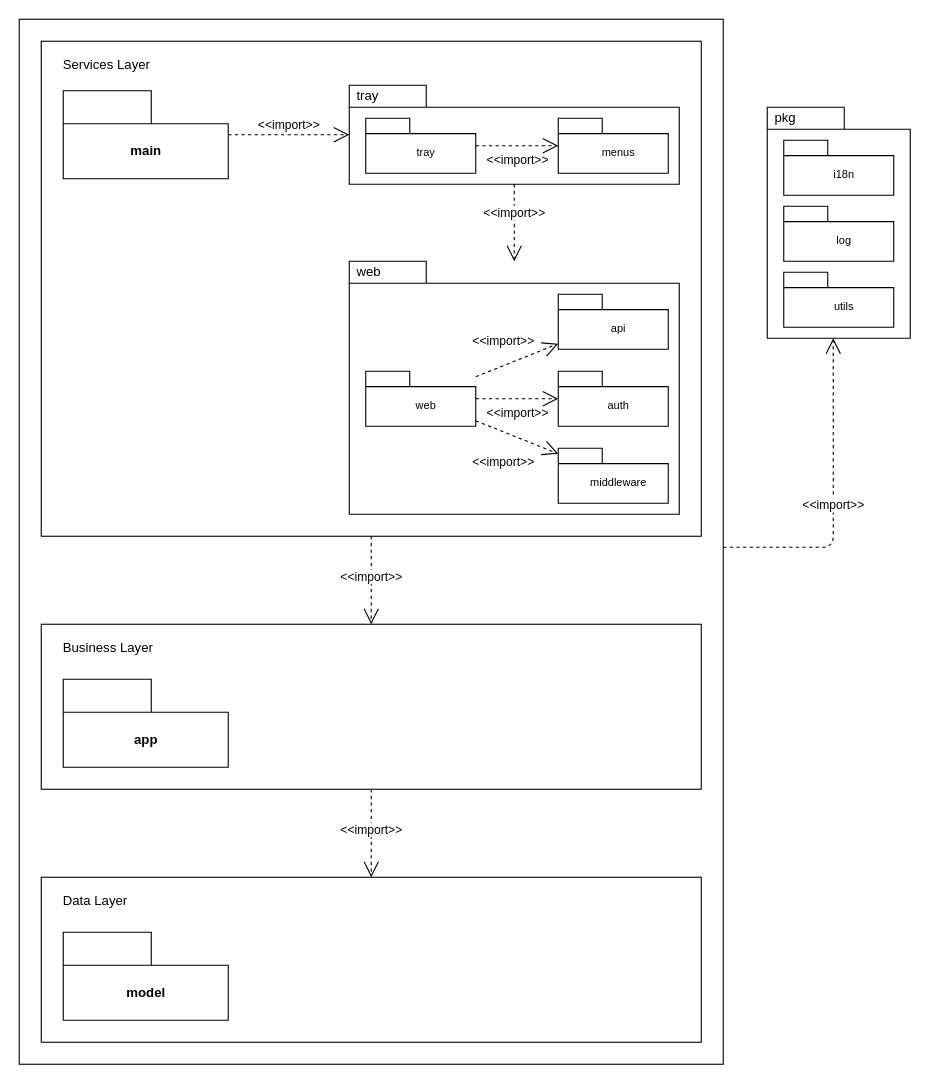
This is diagrams/package.drawio from jinyaoMa/my-app, a draw.io file, before an edit. Source tidied: cells renumbered, new cells numbered last; positions are measured from the earlier drawing's top-left corner, leaving out a move shared by most shapes. Both pictures are drawn from the tidied source at 110%, with x=0, y=0 at pixel (19, 19).
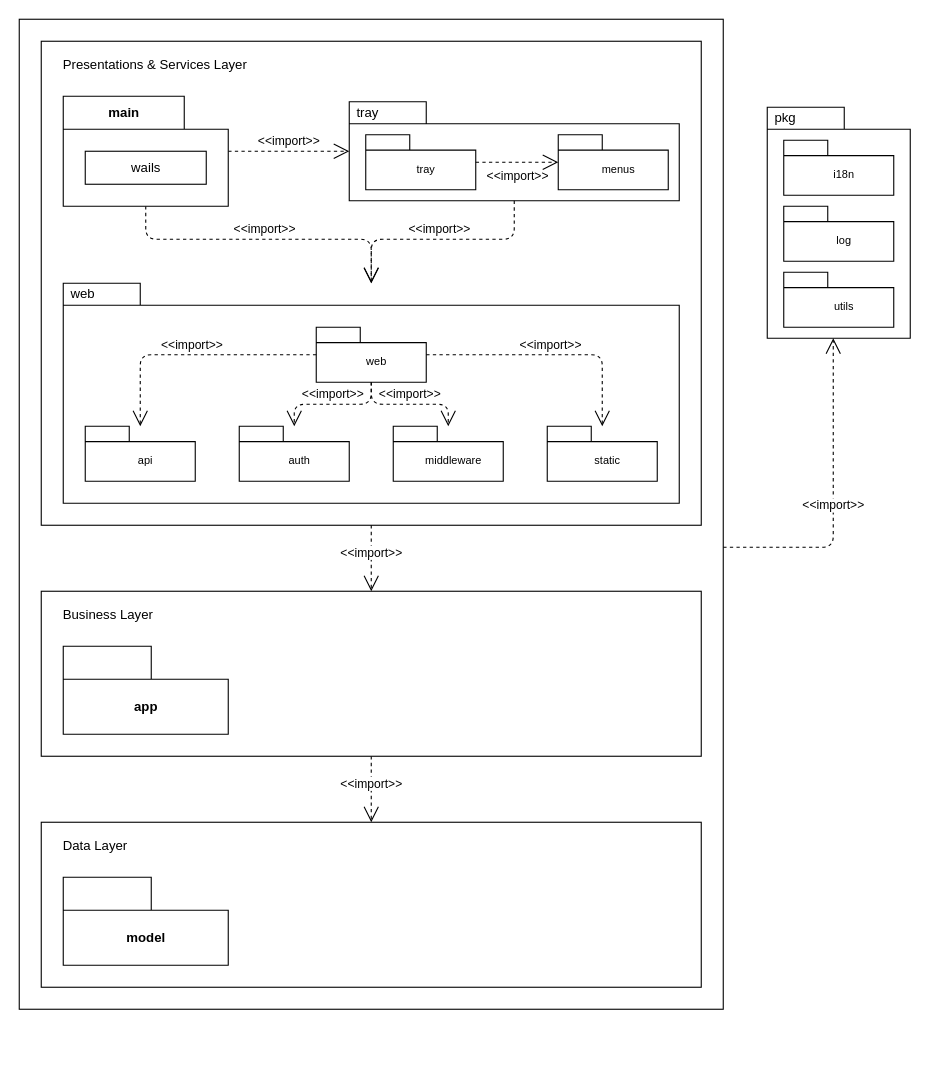
The same diagram, later.

Diff of the diagram source:
```diff
@@
     <mxCell id="2" style="rounded=0;whiteSpace=wrap;html=1;" parent="1" vertex="1">
-      <mxGeometry width="640" height="950" as="geometry" />
+      <mxGeometry width="640" height="900" as="geometry" />
     </mxCell>
     <mxCell id="3" style="rounded=0;whiteSpace=wrap;html=1;" parent="1" vertex="1">
-      <mxGeometry x="20" y="20" width="600" height="450" as="geometry" />
+      <mxGeometry x="20" y="20" width="600" height="440" as="geometry" />
     </mxCell>
-    <mxCell id="4" value="main" style="shape=folder;fontStyle=1;tabWidth=80;tabHeight=30;tabPosition=left;html=1;boundedLbl=1;" parent="1" vertex="1">
-      <mxGeometry x="40" y="65" width="150" height="80" as="geometry" />
-    </mxCell>
     <mxCell id="5" value="tray" style="shape=folder;xSize=90;align=left;spacingLeft=10;align=left;verticalAlign=top;spacingLeft=5;spacingTop=-4;tabWidth=70;tabHeight=20;tabPosition=left;html=1;strokeWidth=1;" parent="1" vertex="1">
-      <mxGeometry x="300" y="60" width="300" height="90" as="geometry" />
+      <mxGeometry x="300" y="75" width="300" height="90" as="geometry" />
     </mxCell>
@@
     <mxCell id="9" value="web" style="shape=folder;xSize=90;align=left;spacingLeft=10;align=left;verticalAlign=top;spacingLeft=5;spacingTop=-4;tabWidth=70;tabHeight=20;tabPosition=left;html=1;strokeWidth=1;" parent="1" vertex="1">
-      <mxGeometry x="300" y="220" width="300" height="230" as="geometry" />
+      <mxGeometry x="40" y="240" width="560" height="200" as="geometry" />
     </mxCell>
     <mxCell id="10" value="&lt;br&gt;web" style="strokeColor=inherit;fillColor=inherit;gradientColor=inherit;shape=folder;spacingLeft=10;tabWidth=40;tabHeight=14;tabPosition=left;fontSize=10;html=1;whiteSpace=wrap;" parent="9" vertex="1">
-      <mxGeometry x="15" y="100" width="100" height="50" as="geometry" />
+      <mxGeometry x="230" y="40" width="100" height="50" as="geometry" />
     </mxCell>
     <mxCell id="11" value="&lt;br&gt;api" style="strokeColor=inherit;fillColor=inherit;gradientColor=inherit;shape=folder;spacingLeft=10;tabWidth=40;tabHeight=14;tabPosition=left;fontSize=10;html=1;whiteSpace=wrap;" parent="9" vertex="1">
-      <mxGeometry x="190" y="30" width="100" height="50" as="geometry" />
+      <mxGeometry x="20" y="130" width="100" height="50" as="geometry" />
     </mxCell>
+    <mxCell id="13" value="&lt;br&gt;middleware" style="strokeColor=inherit;fillColor=inherit;gradientColor=inherit;shape=folder;spacingLeft=10;tabWidth=40;tabHeight=14;tabPosition=left;fontSize=10;html=1;whiteSpace=wrap;" parent="9" vertex="1">
+      <mxGeometry x="300" y="130" width="100" height="50" as="geometry" />
+    </mxCell>
+    <mxCell id="15" value="&lt;br&gt;auth" style="strokeColor=inherit;fillColor=inherit;gradientColor=inherit;shape=folder;spacingLeft=10;tabWidth=40;tabHeight=14;tabPosition=left;fontSize=10;html=1;whiteSpace=wrap;" parent="9" vertex="1">
+      <mxGeometry x="160" y="130" width="100" height="50" as="geometry" />
+    </mxCell>
+    <mxCell id="33" value="&lt;br&gt;static" style="strokeColor=inherit;fillColor=inherit;gradientColor=inherit;shape=folder;spacingLeft=10;tabWidth=40;tabHeight=14;tabPosition=left;fontSize=10;html=1;whiteSpace=wrap;" parent="9" vertex="1">
+      <mxGeometry x="440" y="130" width="100" height="50" as="geometry" />
+    </mxCell>
-    <mxCell id="12" value="&amp;lt;&amp;lt;import&amp;gt;&amp;gt;" style="strokeColor=inherit;fillColor=inherit;gradientColor=inherit;edgeStyle=none;endArrow=open;dashed=1;verticalAlign=top;labelBackgroundColor=none;endSize=12;html=1;" parent="9" edge="1" source="10" target="11">
-      <mxGeometry x="-0.01" y="32" relative="1" as="geometry" />
+    <mxCell id="12" value="&amp;lt;&amp;lt;import&amp;gt;&amp;gt;" style="html=1;endArrow=open;endSize=12;dashed=1;verticalAlign=bottom;jumpStyle=none;edgeStyle=orthogonalEdgeStyle;" parent="9" edge="1" source="10" target="11">
+      <mxGeometry relative="1" as="geometry" />
     </mxCell>
-    <mxCell id="13" value="&lt;br&gt;middleware" style="strokeColor=inherit;fillColor=inherit;gradientColor=inherit;shape=folder;spacingLeft=10;tabWidth=40;tabHeight=14;tabPosition=left;fontSize=10;html=1;whiteSpace=wrap;" parent="9" vertex="1">
-      <mxGeometry x="190" y="170" width="100" height="50" as="geometry" />
-    </mxCell>
+    <mxCell id="16" value="&amp;lt;&amp;lt;import&amp;gt;&amp;gt;" style="html=1;endArrow=open;endSize=12;dashed=1;verticalAlign=bottom;jumpStyle=none;edgeStyle=orthogonalEdgeStyle;" parent="9" edge="1" source="10" target="15">
+      <mxGeometry relative="1" as="geometry" />
+    </mxCell>
-    <mxCell id="14" value="&amp;lt;&amp;lt;import&amp;gt;&amp;gt;" style="strokeColor=inherit;fillColor=inherit;gradientColor=inherit;edgeStyle=none;endArrow=open;dashed=1;verticalAlign=top;labelBackgroundColor=none;endSize=12;html=1;jumpStyle=none;" parent="9" edge="1" source="10" target="13">
-      <mxGeometry x="-0.2" y="-14" relative="1" as="geometry" />
+    <mxCell id="14" value="&amp;lt;&amp;lt;import&amp;gt;&amp;gt;" style="html=1;endArrow=open;endSize=12;dashed=1;verticalAlign=bottom;jumpStyle=none;edgeStyle=orthogonalEdgeStyle;" parent="9" edge="1" source="10" target="13">
+      <mxGeometry relative="1" as="geometry" />
     </mxCell>
-    <mxCell id="15" value="&lt;br&gt;auth" style="strokeColor=inherit;fillColor=inherit;gradientColor=inherit;shape=folder;spacingLeft=10;tabWidth=40;tabHeight=14;tabPosition=left;fontSize=10;html=1;whiteSpace=wrap;" parent="9" vertex="1">
-      <mxGeometry x="190" y="100" width="100" height="50" as="geometry" />
-    </mxCell>
-    <mxCell id="16" value="&amp;lt;&amp;lt;import&amp;gt;&amp;gt;" style="strokeColor=inherit;fillColor=inherit;gradientColor=inherit;edgeStyle=none;endArrow=open;dashed=1;verticalAlign=top;labelBackgroundColor=none;endSize=12;html=1;jumpStyle=none;" parent="9" edge="1" source="10" target="15">
-      <mxGeometry relative="1" as="geometry" />
-    </mxCell>
+    <mxCell id="34" value="&amp;lt;&amp;lt;import&amp;gt;&amp;gt;" style="html=1;endArrow=open;endSize=12;dashed=1;verticalAlign=bottom;jumpStyle=none;edgeStyle=orthogonalEdgeStyle;" parent="9" edge="1" source="10" target="33">
+      <mxGeometry relative="1" as="geometry" />
+    </mxCell>
@@
     <mxCell id="18" value="&amp;lt;&amp;lt;import&amp;gt;&amp;gt;" style="edgeStyle=orthogonalEdgeStyle;html=1;endArrow=open;endSize=12;dashed=1;verticalAlign=bottom;jumpStyle=none;" parent="1" edge="1" source="5" target="9">
-      <mxGeometry relative="1" as="geometry" />
+      <mxGeometry relative="1" as="geometry">
+        <Array as="points">
+          <mxPoint x="450" y="200" />
+          <mxPoint x="320" y="200" />
+        </Array>
+      </mxGeometry>
     </mxCell>
@@
     <mxCell id="25" style="rounded=0;whiteSpace=wrap;html=1;" parent="1" vertex="1">
-      <mxGeometry x="20" y="780" width="600" height="150" as="geometry" />
+      <mxGeometry x="20" y="730" width="600" height="150" as="geometry" />
     </mxCell>
     <mxCell id="26" value="model" style="shape=folder;fontStyle=1;tabWidth=80;tabHeight=30;tabPosition=left;html=1;boundedLbl=1;" parent="1" vertex="1">
-      <mxGeometry x="40" y="830" width="150" height="80" as="geometry" />
+      <mxGeometry x="40" y="780" width="150" height="80" as="geometry" />
     </mxCell>
     <mxCell id="27" style="rounded=0;whiteSpace=wrap;html=1;" parent="1" vertex="1">
-      <mxGeometry x="20" y="550" width="600" height="150" as="geometry" />
+      <mxGeometry x="20" y="520" width="600" height="150" as="geometry" />
     </mxCell>
     <mxCell id="28" value="app" style="shape=folder;fontStyle=1;tabWidth=80;tabHeight=30;tabPosition=left;html=1;boundedLbl=1;" parent="1" vertex="1">
-      <mxGeometry x="40" y="600" width="150" height="80" as="geometry" />
+      <mxGeometry x="40" y="570" width="150" height="80" as="geometry" />
     </mxCell>
     <mxCell id="29" value="Data Layer" style="text;html=1;strokeColor=none;fillColor=none;align=left;verticalAlign=top;whiteSpace=wrap;rounded=0;spacing=0;" parent="1" vertex="1">
-      <mxGeometry x="40" y="790" width="150" height="30" as="geometry" />
+      <mxGeometry x="40" y="740" width="150" height="30" as="geometry" />
     </mxCell>
     <mxCell id="30" value="Business Layer" style="text;html=1;strokeColor=none;fillColor=none;align=left;verticalAlign=top;whiteSpace=wrap;rounded=0;spacing=0;" parent="1" vertex="1">
-      <mxGeometry x="40" y="560" width="150" height="30" as="geometry" />
+      <mxGeometry x="40" y="530" width="150" height="30" as="geometry" />
     </mxCell>
-    <mxCell id="31" value="Services Layer" style="text;html=1;strokeColor=none;fillColor=none;align=left;verticalAlign=top;whiteSpace=wrap;rounded=0;spacing=0;" parent="1" vertex="1">
-      <mxGeometry x="40" y="30" width="150" height="30" as="geometry" />
+    <mxCell id="31" value="Presentations &amp;amp; Services Layer" style="text;html=1;strokeColor=none;fillColor=none;align=left;verticalAlign=top;whiteSpace=wrap;rounded=0;spacing=0;" parent="1" vertex="1">
+      <mxGeometry x="40" y="30" width="250" height="30" as="geometry" />
     </mxCell>
@@
+    <mxCell id="35" value="&amp;lt;&amp;lt;import&amp;gt;&amp;gt;" style="html=1;endArrow=open;endSize=12;dashed=1;verticalAlign=bottom;jumpStyle=none;edgeStyle=orthogonalEdgeStyle;" parent="1" edge="1" source="4" target="9">
+      <mxGeometry relative="1" as="geometry">
+        <Array as="points">
+          <mxPoint x="115" y="200" />
+          <mxPoint x="320" y="200" />
+        </Array>
+      </mxGeometry>
+    </mxCell>
+    <mxCell id="4" value="main" style="shape=folder;fontStyle=1;tabWidth=110;tabHeight=30;tabPosition=left;html=1;boundedLbl=1;labelInHeader=1;" parent="1" vertex="1">
+      <mxGeometry x="40" y="70" width="150" height="100" as="geometry" />
+    </mxCell>
+    <mxCell id="36" value="wails" style="html=1;" parent="4" vertex="1">
+      <mxGeometry width="110" height="30" relative="1" as="geometry">
+        <mxPoint x="20" y="50" as="offset" />
+      </mxGeometry>
+    </mxCell>
```
